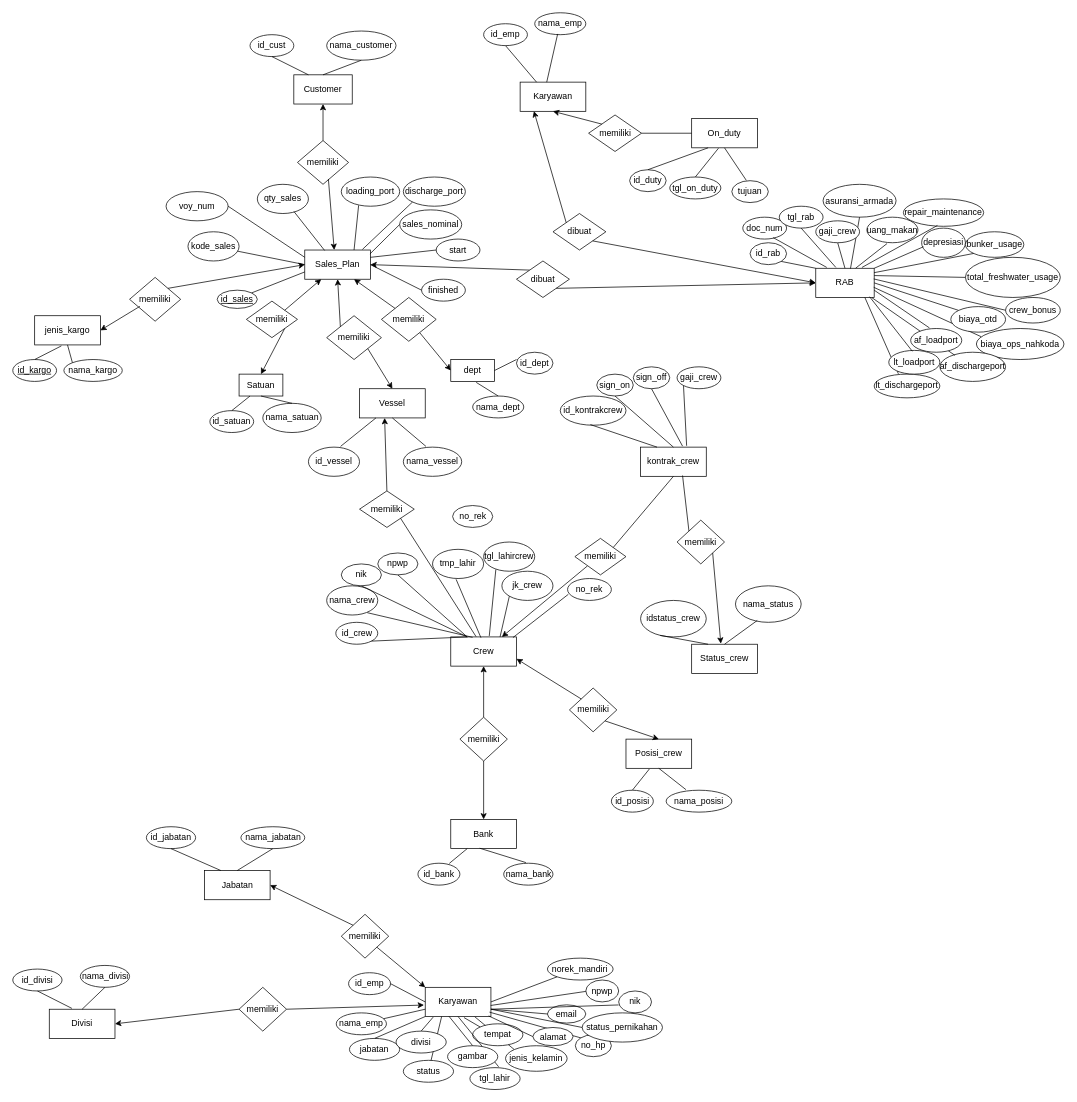
Earlier version of the draw.io diagram page "ERD" (2 of 3) of MMM.drawio (Mabrural/mitra-maritim). Source tidied: cells renumbered, new cells numbered last; positions are measured from the earlier drawing's top-left corner, leaving out a move shared by most shapes. Both pictures are drawn from the tidied source at 73%, with x=0, y=0 at pixel (12, 12).
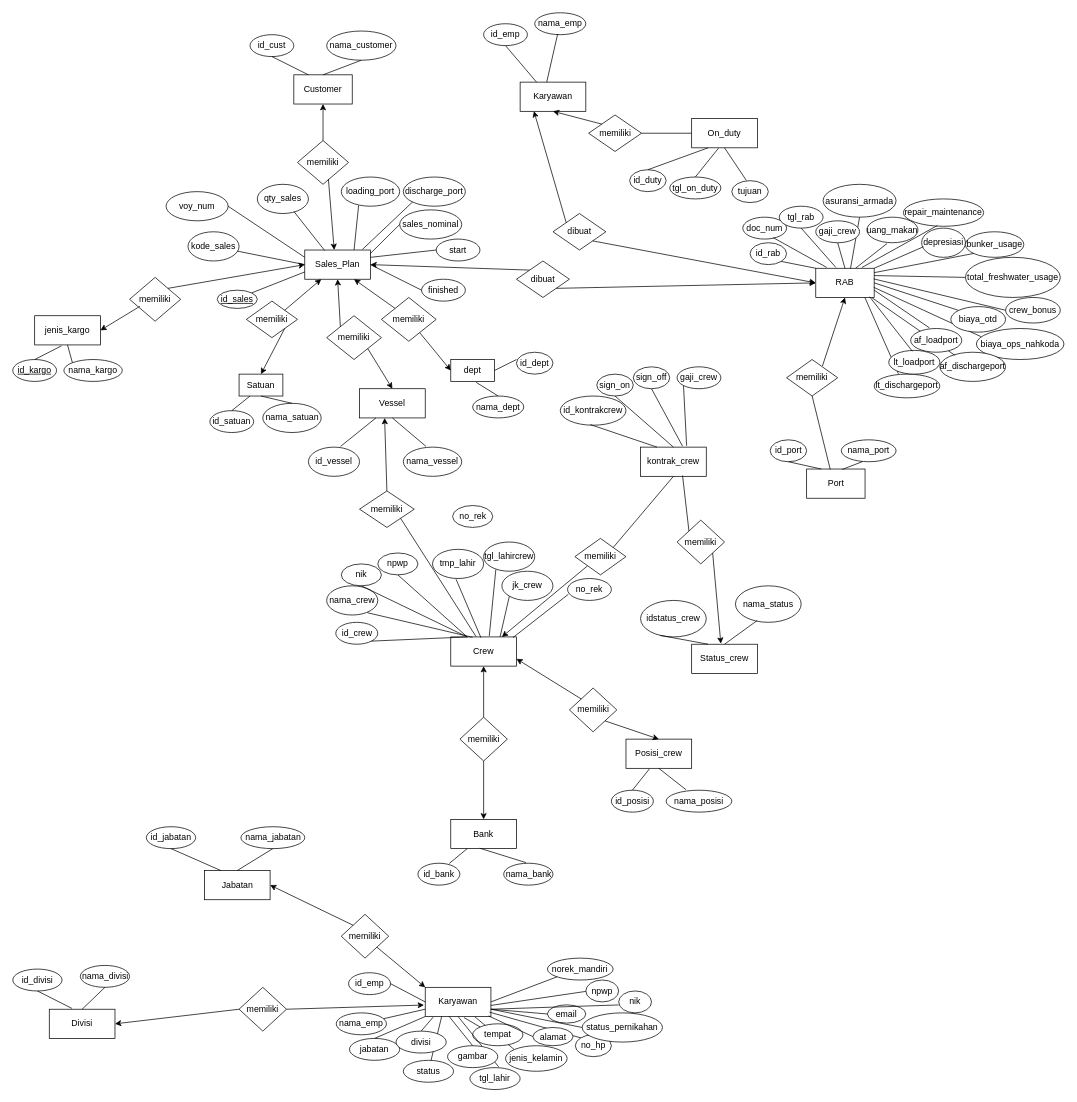
The same diagram, later.

The change refers to these unchanged cells:
```xml
<mxCell id="6" value="RAB" style="rounded=0;whiteSpace=wrap;html=1;" parent="1" vertex="1">
  <mxGeometry x="1100" y="350" width="80" height="40" as="geometry" />
</mxCell>
```

What changed in the source:
```diff
@@
+    <mxCell id="223" value="Port" style="rounded=0;whiteSpace=wrap;html=1;" parent="1" vertex="1">
+      <mxGeometry x="1087.5" y="625" width="80" height="40" as="geometry" />
+    </mxCell>
+    <mxCell id="224" value="id_port" style="ellipse;whiteSpace=wrap;html=1;" parent="1" vertex="1">
+      <mxGeometry x="1037.5" y="585" width="50" height="30" as="geometry" />
+    </mxCell>
+    <mxCell id="225" value="nama_port" style="ellipse;whiteSpace=wrap;html=1;" parent="1" vertex="1">
+      <mxGeometry x="1135" y="585" width="75" height="30" as="geometry" />
+    </mxCell>
+    <mxCell id="226" style="endArrow=none;html=1;rounded=0;entryX=0.5;entryY=1;entryDx=0;entryDy=0;exitX=0.25;exitY=0;exitDx=0;exitDy=0;" parent="1" edge="1" source="223" target="224">
+      <mxGeometry relative="1" as="geometry" />
+    </mxCell>
+    <mxCell id="227" style="endArrow=none;html=1;rounded=0;entryX=0.389;entryY=0.993;entryDx=0;entryDy=0;exitX=0.608;exitY=0.015;exitDx=0;exitDy=0;exitPerimeter=0;entryPerimeter=0;" parent="1" edge="1" source="223" target="225">
+      <mxGeometry relative="1" as="geometry" />
+    </mxCell>
+    <mxCell id="228" value="memiliki" style="rhombus;whiteSpace=wrap;html=1;" parent="1" vertex="1">
+      <mxGeometry x="1060" y="475" width="70" height="50" as="geometry" />
+    </mxCell>
+    <mxCell id="229" style="endArrow=classic;html=1;rounded=0;entryX=0.5;entryY=1;entryDx=0;entryDy=0;exitX=0.702;exitY=0.177;exitDx=0;exitDy=0;exitPerimeter=0;" parent="1" edge="1" source="228" target="6">
+      <mxGeometry relative="1" as="geometry" />
+    </mxCell>
+    <mxCell id="230" style="endArrow=none;html=1;rounded=0;exitX=0.404;exitY=0.014;exitDx=0;exitDy=0;exitPerimeter=0;entryX=0.5;entryY=1;entryDx=0;entryDy=0;" parent="1" edge="1" source="223" target="228">
+      <mxGeometry relative="1" as="geometry" />
+    </mxCell>
```
